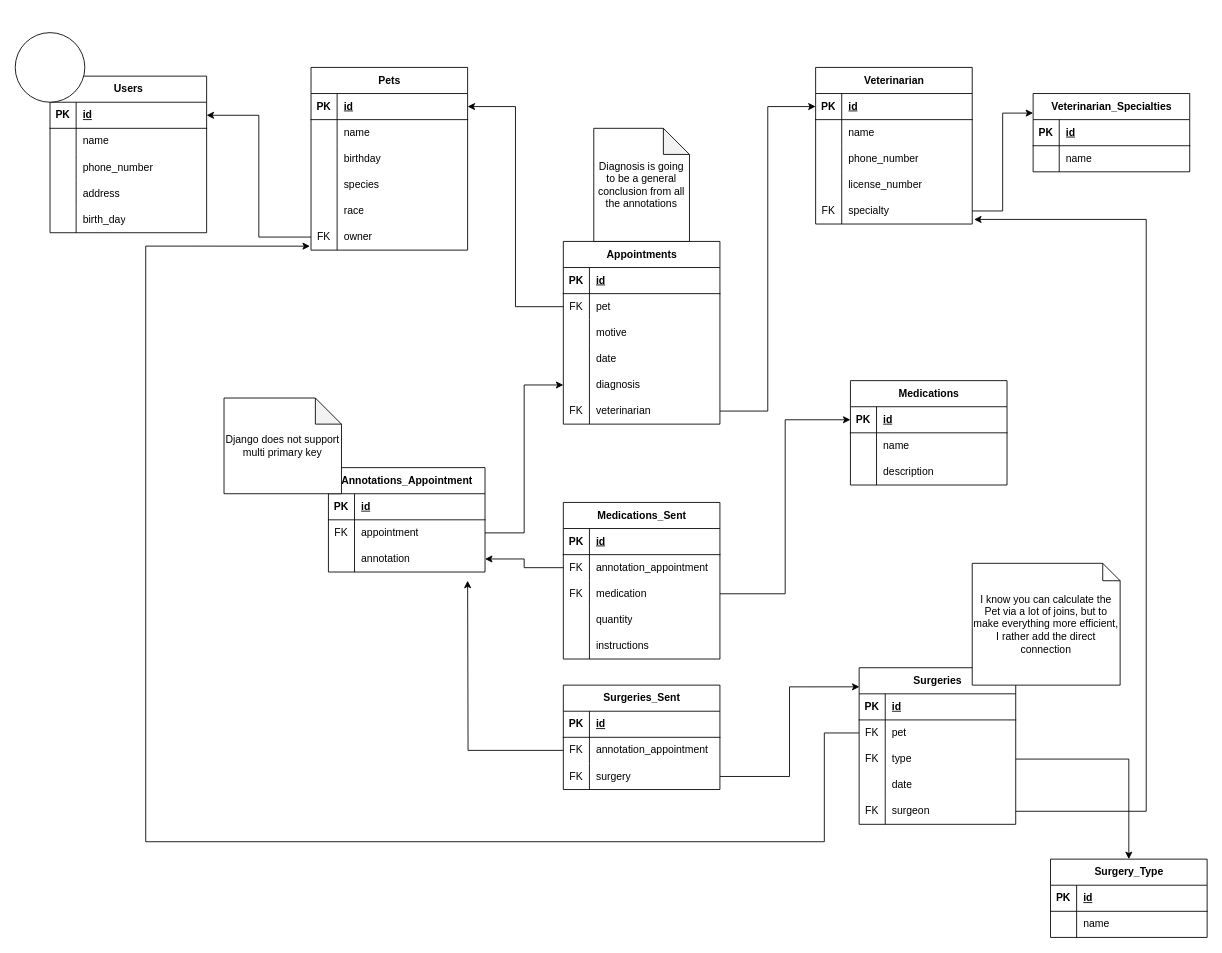
Above: DB_diagram.drawio in Laughcheeta1/VeterinaryPythonPracticalCourse (draw.io), before the change. Source tidied: cells renumbered, new cells numbered last; positions are measured from the earlier drawing's top-left corner, leaving out a move shared by most shapes. Both pictures are drawn from the tidied source at 87%, with x=0, y=0 at pixel (15, 32).
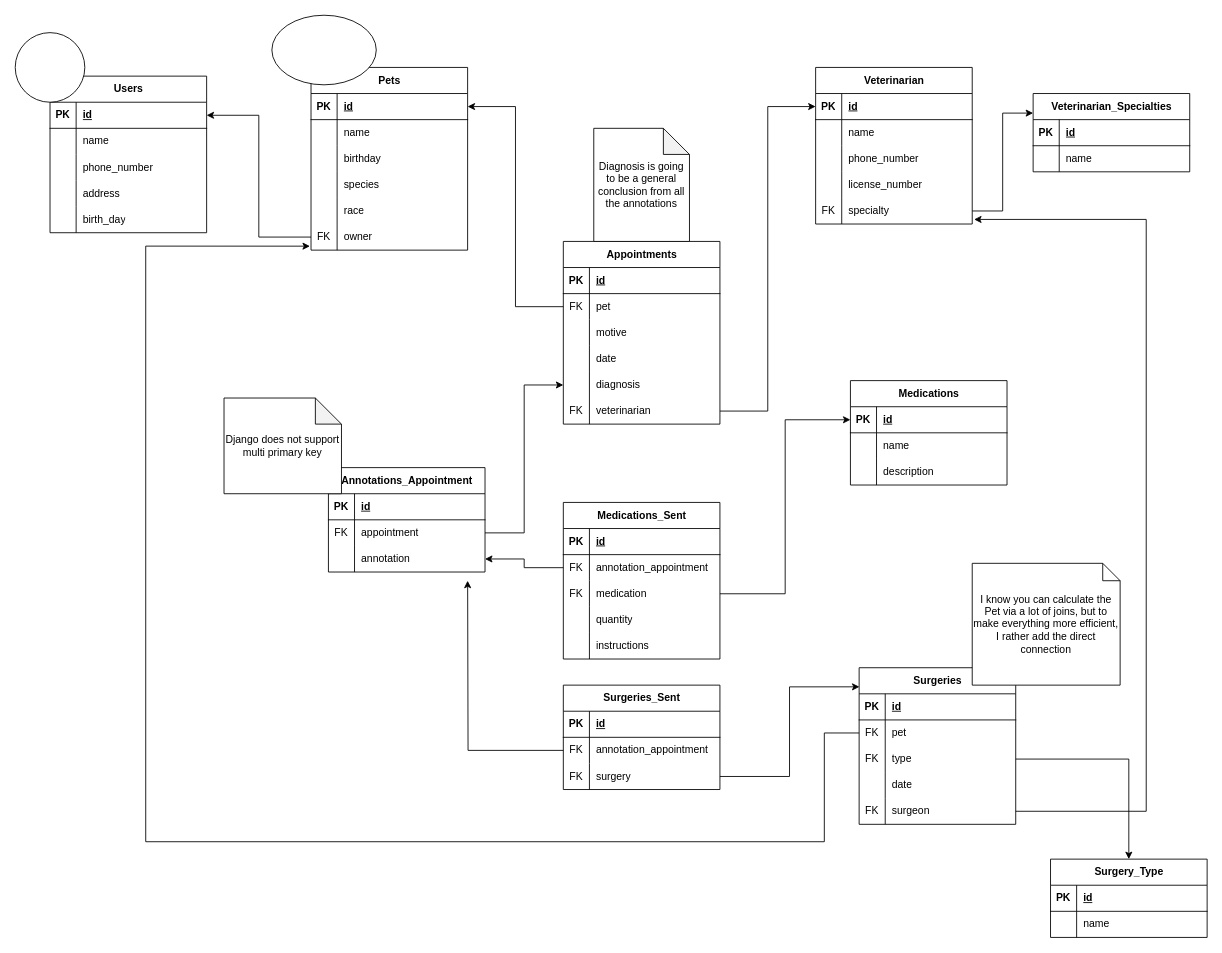
After the change.

Diff of the diagram source:
```diff
@@
+    <mxCell id="164" style="ellipse;whiteSpace=wrap;html=1;" parent="1" vertex="1">
+      <mxGeometry x="295" y="-20" width="120" height="80" as="geometry" />
+    </mxCell>
```
